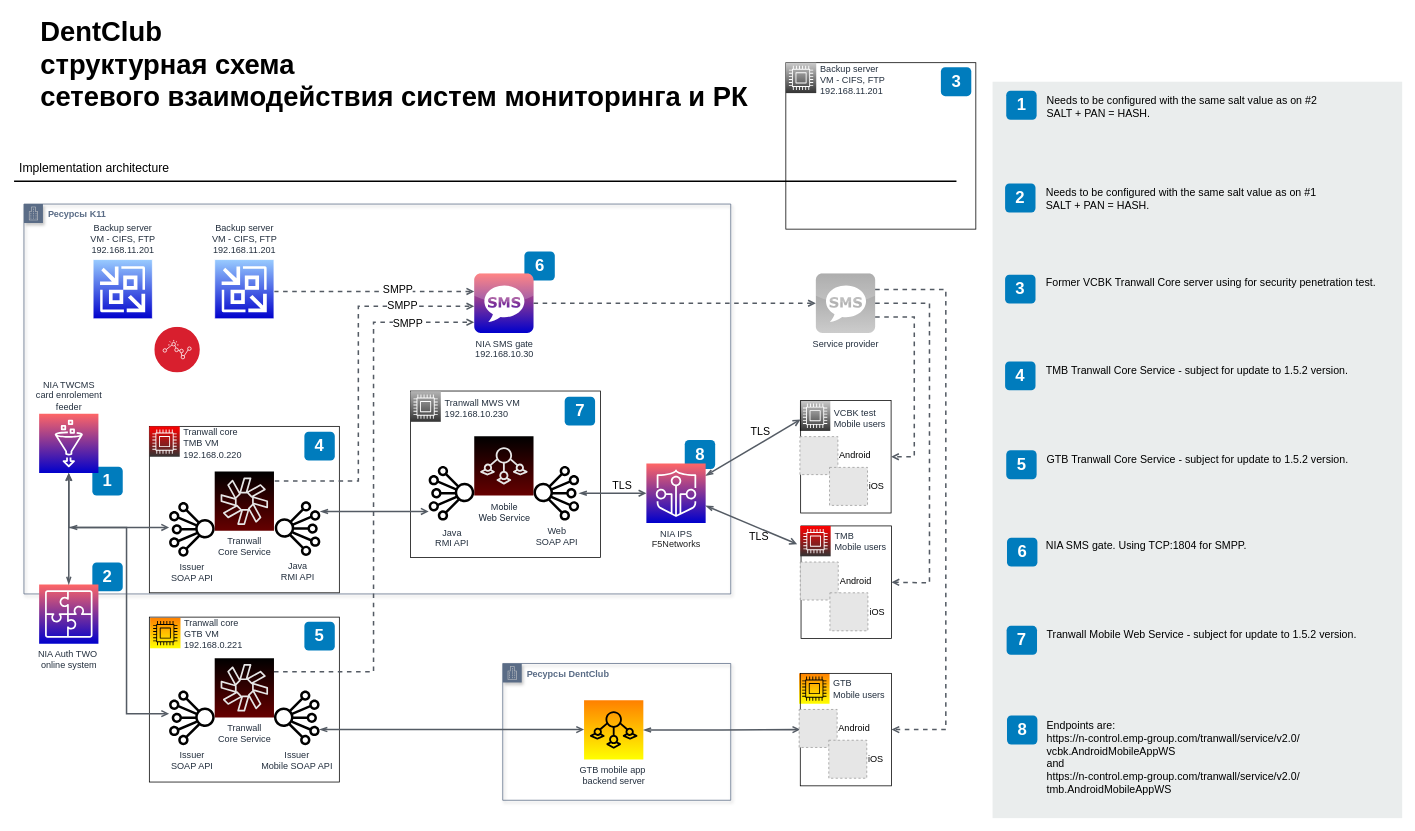
Above: DC - network concept.drawio in 7ak/7ak.github.io (draw.io), before the change. Source tidied: cells renumbered, new cells numbered last; positions are measured from the earlier drawing's top-left corner, leaving out a move shared by most shapes. Both pictures are drawn from the tidied source at 76%, with x=0, y=0 at pixel (14, 13). Pictures stored in the file or linked from it are replaced by grey dashed boxes.
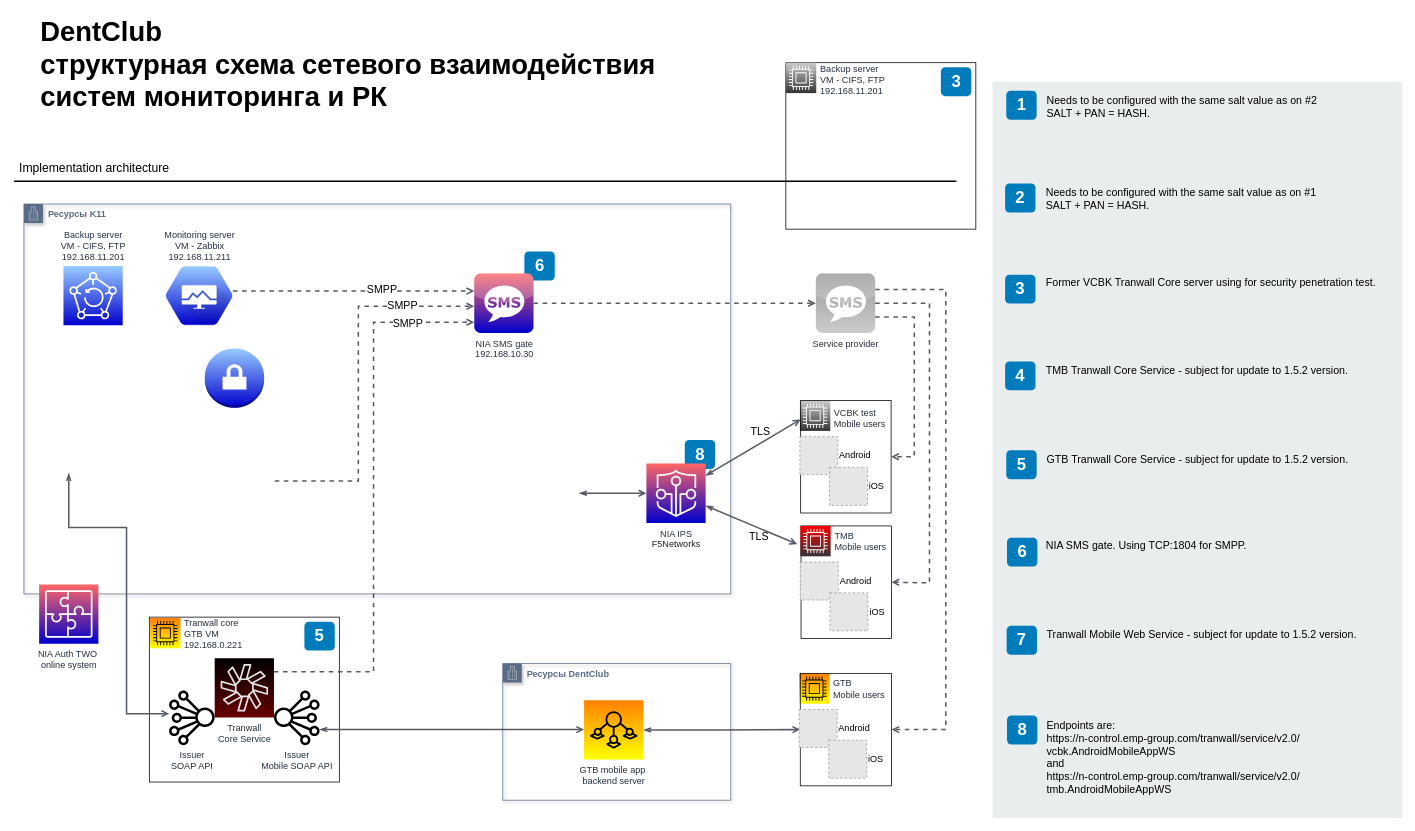
Above is the later version.

The change refers to these unchanged cells:
```xml
<mxCell id="38" value="NIA Auth TWO&amp;nbsp;&lt;br&gt;online system" style="outlineConnect=0;fontColor=#232F3E;gradientColor=#FF6666;gradientDirection=north;fillColor=#0000CC;strokeColor=#ffffff;dashed=0;verticalLabelPosition=bottom;verticalAlign=top;align=center;html=1;fontSize=12;fontStyle=0;shape=mxgraph.aws4.resourceIcon;resIcon=mxgraph.aws4.application_integration;" parent="1" vertex="1">
  <mxGeometry x="33" y="751.5" width="78" height="78" as="geometry" />
</mxCell>
<mxCell id="39" value="Issuer&lt;br&gt;SOAP API" style="outlineConnect=0;fontColor=#232F3E;gradientColor=none;fillColor=#000000;strokeColor=none;dashed=0;verticalLabelPosition=bottom;verticalAlign=top;align=center;html=1;fontSize=12;fontStyle=0;shape=mxgraph.aws4.iot_analytics_channel;" parent="1" vertex="1">
  <mxGeometry x="204" y="891" width="60" height="72" as="geometry" />
</mxCell>
<mxCell id="51" value="NIA SMS gate&lt;br&gt;192.168.10.30" style="dashed=0;outlineConnect=0;html=1;align=center;labelPosition=center;verticalLabelPosition=bottom;verticalAlign=top;shape=mxgraph.webicons.sms;fillColor=#0000CC;gradientColor=#FF6666;strokeColor=#ffffff;fontColor=#232F3E;fontStyle=0;gradientDirection=north;" parent="1" vertex="1">
  <mxGeometry x="605.5" y="342.5" width="78" height="78" as="geometry" />
</mxCell>
<mxCell id="90" value="NIA IPS&lt;br style=&quot;font-size: 12px&quot;&gt;&lt;span style=&quot;color: rgb(34 , 34 , 34) ; font-family: &amp;#34;arial&amp;#34; , sans-serif ; font-size: 12px ; text-align: left ; white-space: normal ; background-color: rgb(255 , 255 , 255)&quot;&gt;F5Networks&lt;/span&gt;" style="outlineConnect=0;fontColor=#232F3E;gradientColor=#FF6666;gradientDirection=north;fillColor=#0000CC;strokeColor=#ffffff;dashed=0;verticalLabelPosition=bottom;verticalAlign=top;align=center;html=1;fontSize=12;fontStyle=0;shape=mxgraph.aws4.resourceIcon;resIcon=mxgraph.aws4.iot_device_defender;labelBackgroundColor=none;" parent="1" vertex="1">
  <mxGeometry x="832" y="592.5" width="78" height="78" as="geometry" />
</mxCell>
```

The edit, as a diff of the source:
```diff
@@
-    <mxCell id="5" value="1" style="rounded=1;whiteSpace=wrap;html=1;fillColor=#007CBD;strokeColor=none;fontColor=#FFFFFF;fontStyle=1;fontSize=22;" parent="1" vertex="1">
-      <mxGeometry x="103" y="596.5" width="40" height="38" as="geometry" />
-    </mxCell>
@@
-    <mxCell id="7" style="whiteSpace=wrap;html=1;dashed=0;fontColor=#AAB7B8;fontStyle=0;align=left;verticalAlign=top;strokeColor=#000000;fillColor=none;gradientColor=none;spacingLeft=30;" parent="1" vertex="1">
-      <mxGeometry x="521.5" y="497" width="250" height="219" as="geometry" />
-    </mxCell>
-    <mxCell id="8" style="whiteSpace=wrap;html=1;dashed=0;fontColor=#AAB7B8;fontStyle=0;align=left;verticalAlign=top;strokeColor=#000000;fillColor=none;gradientColor=none;spacingLeft=30;" parent="1" vertex="1">
-      <mxGeometry x="178" y="543.5" width="250" height="219" as="geometry" />
-    </mxCell>
@@
-    <mxCell id="12" value="Tranwall core&lt;span style=&quot;text-align: left&quot;&gt;&lt;br&gt;TMB VM&lt;br&gt;192.168.0.220&lt;br&gt;&lt;/span&gt;" style="fontColor=#232F3E;gradientColor=#FF0000;gradientDirection=north;fillColor=#333333;strokeColor=#ffffff;dashed=0;verticalLabelPosition=middle;verticalAlign=middle;align=left;html=1;fontSize=12;fontStyle=0;shape=mxgraph.aws4.resourceIcon;resIcon=mxgraph.aws4.compute;labelPosition=right;spacing=5;spacingBottom=-5;" parent="1" vertex="1">
-      <mxGeometry x="178" y="543.5" width="40" height="40" as="geometry" />
-    </mxCell>
-    <mxCell id="13" value="&lt;span style=&quot;text-align: left&quot;&gt;Tranwall MWS&amp;nbsp;&lt;/span&gt;&lt;span style=&quot;text-align: left&quot;&gt;VM&lt;br&gt;192.168.10.230&lt;br&gt;&lt;/span&gt;" style="fontColor=#232F3E;gradientColor=#B3B3B3;gradientDirection=north;fillColor=#333333;strokeColor=#ffffff;dashed=0;verticalLabelPosition=middle;verticalAlign=middle;align=left;html=1;fontSize=12;fontStyle=0;shape=mxgraph.aws4.resourceIcon;resIcon=mxgraph.aws4.compute;labelPosition=right;spacing=5;spacingBottom=-5;" parent="1" vertex="1">
-      <mxGeometry x="521.5" y="497.5" width="40" height="40" as="geometry" />
-    </mxCell>
@@
-    <mxCell id="15" style="edgeStyle=orthogonalEdgeStyle;rounded=0;jettySize=auto;html=1;strokeColor=#545B64;strokeWidth=2;endFill=0;endArrow=open;startArrow=openThin;startFill=0;" parent="1" edge="1" source="88" target="39">
+    <mxCell id="15" style="edgeStyle=orthogonalEdgeStyle;rounded=0;jettySize=auto;html=1;strokeColor=#545B64;strokeWidth=2;endFill=0;endArrow=open;startArrow=openThin;startFill=0;" parent="1" edge="1" target="39">
       <mxGeometry relative="1" as="geometry">
+        <mxPoint x="72" y="605" as="sourcePoint" />
         <Array as="points">
           <mxPoint x="148" y="676.5" />
           <mxPoint x="148" y="921.5" />
         </Array>
       </mxGeometry>
     </mxCell>
-    <mxCell id="16" value="DentClub&lt;br&gt;структурная схема &lt;br&gt;сетевого взаимодействия систем мониторинга и РК&lt;br&gt;&lt;div style=&quot;font-size: 36px&quot;&gt;&lt;/div&gt;" style="text;html=1;align=left;verticalAlign=top;spacingTop=-4;fontSize=36;fontStyle=1;" parent="1" vertex="1">
-      <mxGeometry x="33" width="960" height="130" as="geometry" />
+    <mxCell id="16" value="DentClub&lt;br&gt;структурная схема сетевого взаимодействия &lt;br&gt;систем мониторинга и РК&lt;br&gt;&lt;div style=&quot;font-size: 36px&quot;&gt;&lt;/div&gt;" style="text;html=1;align=left;verticalAlign=top;spacingTop=-4;fontSize=36;fontStyle=1;" parent="1" vertex="1">
+      <mxGeometry x="33" width="840" height="130" as="geometry" />
     </mxCell>
@@
-    <mxCell id="35" value="&lt;font style=&quot;font-size: 12px&quot;&gt;&lt;span&gt;M&lt;/span&gt;&lt;span style=&quot;font-family: &amp;#34;helvetica neue&amp;#34;&quot;&gt;obile &lt;br&gt;Web Service&lt;/span&gt;&lt;/font&gt;" style="fontColor=#232F3E;gradientColor=#000000;gradientDirection=north;fillColor=#660000;strokeColor=#E6E6E6;dashed=0;verticalLabelPosition=bottom;verticalAlign=top;align=center;html=1;fontSize=12;fontStyle=0;shape=mxgraph.aws4.resourceIcon;resIcon=mxgraph.aws4.iot_sitewise;shadow=0;spacing=2;" parent="1" vertex="1">
-      <mxGeometry x="605.5" y="556.5" width="78" height="78" as="geometry" />
-    </mxCell>
-    <mxCell id="36" value="2" style="rounded=1;whiteSpace=wrap;html=1;fillColor=#007CBD;strokeColor=none;fontColor=#FFFFFF;fontStyle=1;fontSize=22;" parent="1" vertex="1">
-      <mxGeometry x="103" y="722.5" width="40" height="38" as="geometry" />
-    </mxCell>
@@
-    <mxCell id="42" style="edgeStyle=orthogonalEdgeStyle;rounded=0;orthogonalLoop=1;jettySize=auto;html=1;strokeColor=#545B64;strokeWidth=2;endFill=0;endArrow=open;startArrow=openThin;startFill=0;" parent="1" edge="1">
-      <mxGeometry relative="1" as="geometry">
-        <mxPoint x="73" y="676.5" as="sourcePoint" />
-        <mxPoint x="204" y="676.5" as="targetPoint" />
-      </mxGeometry>
-    </mxCell>
-    <mxCell id="43" value="Issuer&lt;br&gt;SOAP API" style="fontColor=#232F3E;gradientColor=none;fillColor=#000000;strokeColor=none;dashed=0;verticalLabelPosition=bottom;verticalAlign=top;align=center;html=1;fontSize=12;fontStyle=0;shape=mxgraph.aws4.iot_analytics_channel;" parent="1" vertex="1">
-      <mxGeometry x="204" y="643" width="60" height="72" as="geometry" />
-    </mxCell>
-    <mxCell id="44" value="&lt;span style=&quot;text-align: left&quot;&gt;Tranwall&lt;br&gt;Core Service&lt;/span&gt;" style="fontColor=#232F3E;gradientColor=#000000;gradientDirection=north;fillColor=#660000;strokeColor=#E6E6E6;dashed=0;verticalLabelPosition=bottom;verticalAlign=top;align=center;html=1;fontSize=12;fontStyle=0;shape=mxgraph.aws4.resourceIcon;resIcon=mxgraph.aws4.chime;shadow=0;" parent="1" vertex="1">
-      <mxGeometry x="264" y="603" width="78" height="78" as="geometry" />
-    </mxCell>
-    <mxCell id="45" value="Java&lt;br&gt;RMI API" style="outlineConnect=0;fontColor=#232F3E;gradientColor=none;fillColor=#000000;strokeColor=none;dashed=0;verticalLabelPosition=bottom;verticalAlign=top;align=center;html=1;fontSize=12;fontStyle=0;shape=mxgraph.aws4.iot_analytics_channel;flipV=0;flipH=1;" parent="1" vertex="1">
-      <mxGeometry x="343" y="642" width="60" height="72" as="geometry" />
-    </mxCell>
-    <mxCell id="46" value="Java&lt;br&gt;RMI API" style="outlineConnect=0;fontColor=#232F3E;gradientColor=none;fillColor=#000000;strokeColor=none;dashed=0;verticalLabelPosition=bottom;verticalAlign=top;align=center;html=1;fontSize=12;fontStyle=0;shape=mxgraph.aws4.iot_analytics_channel;spacing=4;" parent="1" vertex="1">
-      <mxGeometry x="545.5" y="595.5" width="60" height="72" as="geometry" />
-    </mxCell>
-    <mxCell id="47" value="Web&lt;br&gt;SOAP API" style="outlineConnect=0;fontColor=#232F3E;gradientColor=none;fillColor=#000000;strokeColor=none;dashed=0;verticalLabelPosition=bottom;verticalAlign=top;align=center;html=1;fontSize=12;fontStyle=0;shape=mxgraph.aws4.iot_analytics_channel;flipV=0;flipH=1;" parent="1" vertex="1">
-      <mxGeometry x="683.5" y="595.5" width="60" height="72" as="geometry" />
-    </mxCell>
-    <mxCell id="48" style="edgeStyle=orthogonalEdgeStyle;rounded=0;jettySize=auto;html=1;strokeColor=#545B64;strokeWidth=2;endFill=0;endArrow=open;startArrow=openThin;startFill=0;" parent="1" edge="1" source="45" target="46">
-      <mxGeometry relative="1" as="geometry">
-        <Array as="points">
-          <mxPoint x="473" y="655.5" />
-          <mxPoint x="473" y="655.5" />
-        </Array>
-      </mxGeometry>
-    </mxCell>
@@
-    <mxCell id="52" style="edgeStyle=orthogonalEdgeStyle;rounded=0;jettySize=auto;html=1;strokeColor=#545B64;strokeWidth=2;endFill=0;endArrow=open;startArrow=none;startFill=0;dashed=1;" parent="1" edge="1" target="51">
+    <mxCell id="52" style="edgeStyle=orthogonalEdgeStyle;rounded=0;jettySize=auto;html=1;strokeColor=#545B64;strokeWidth=2;endFill=0;endArrow=open;startArrow=none;startFill=0;dashed=1;" parent="1" edge="1" source="97" target="51">
       <mxGeometry relative="1" as="geometry">
-        <mxPoint x="342" y="366" as="sourcePoint" />
         <Array as="points">
           <mxPoint x="473" y="365.5" />
           <mxPoint x="473" y="365.5" />
         </Array>
       </mxGeometry>
     </mxCell>
@@
-    <mxCell id="86" value="7" style="rounded=1;whiteSpace=wrap;html=1;fillColor=#007CBD;strokeColor=none;fontColor=#FFFFFF;fontStyle=1;fontSize=22;" parent="1" vertex="1">
-      <mxGeometry x="724.5" y="504.5" width="40" height="38" as="geometry" />
-    </mxCell>
-    <mxCell id="87" value="4" style="rounded=1;whiteSpace=wrap;html=1;fillColor=#007CBD;strokeColor=none;fontColor=#FFFFFF;fontStyle=1;fontSize=22;" parent="1" vertex="1">
-      <mxGeometry x="382" y="550.5" width="40" height="38" as="geometry" />
-    </mxCell>
-    <mxCell id="88" value="NIA TWCMS&lt;br&gt;card enrolement&lt;br&gt;feeder" style="outlineConnect=0;fontColor=#232F3E;gradientColor=#FF6666;gradientDirection=north;fillColor=#0000CC;strokeColor=#ffffff;dashed=0;verticalLabelPosition=top;verticalAlign=bottom;align=center;html=1;fontSize=12;fontStyle=0;shape=mxgraph.aws4.resourceIcon;resIcon=mxgraph.aws4.glue;labelPosition=center;" parent="1" vertex="1">
-      <mxGeometry x="33" y="527" width="78" height="78" as="geometry" />
-    </mxCell>
-    <mxCell id="89" style="edgeStyle=orthogonalEdgeStyle;rounded=0;jettySize=auto;html=1;strokeColor=#545B64;strokeWidth=2;endFill=0;endArrow=open;startArrow=openThin;startFill=0;" parent="1" edge="1" source="38" target="88">
-      <mxGeometry relative="1" as="geometry" />
-    </mxCell>
@@
-    <mxCell id="91" style="rounded=0;jettySize=auto;html=1;strokeColor=#545B64;strokeWidth=2;endFill=0;endArrow=open;startArrow=openThin;startFill=0;" parent="1" edge="1" source="47" target="90">
-      <mxGeometry relative="1" as="geometry" />
+    <mxCell id="91" style="rounded=0;jettySize=auto;html=1;strokeColor=#545B64;strokeWidth=2;endFill=0;endArrow=open;startArrow=openThin;startFill=0;" parent="1" edge="1" target="90">
+      <mxGeometry relative="1" as="geometry">
+        <mxPoint x="743.5" y="631.5" as="sourcePoint" />
+      </mxGeometry>
     </mxCell>
-    <mxCell id="92" value="TLS" style="text;html=1;align=center;verticalAlign=middle;labelBackgroundColor=none;fontSize=14;fontColor=#000000;" parent="91" vertex="1">
-      <mxGeometry x="0.15" y="2" relative="1" as="geometry">
-        <mxPoint x="5" y="-9" as="offset" />
-      </mxGeometry>
-    </mxCell>
@@
-    <mxCell id="94" value="&lt;span style=&quot;text-align: left&quot;&gt;Backup server&lt;br&gt;&lt;/span&gt;&lt;span style=&quot;text-align: left&quot;&gt;VM - CIFS, FTP&lt;/span&gt;&lt;span style=&quot;text-align: left&quot;&gt;&lt;br&gt;192.168.11.201&lt;/span&gt;" style="dashed=0;html=1;strokeColor=#ffffff;fillColor=#0000CC;labelPosition=center;verticalLabelPosition=top;verticalAlign=bottom;align=center;shape=mxgraph.veeam.backup_replication;fontColor=#232F3E;fontStyle=0;gradientColor=#99CCFF;gradientDirection=north;spacingBottom=0;spacingTop=0;spacing=5;" parent="1" vertex="1">
-      <mxGeometry x="104" y="324" width="78" height="78" as="geometry" />
-    </mxCell>
-    <mxCell id="95" value="&lt;span style=&quot;text-align: left&quot;&gt;Backup server&lt;br&gt;&lt;/span&gt;&lt;span style=&quot;text-align: left&quot;&gt;VM - CIFS, FTP&lt;/span&gt;&lt;span style=&quot;text-align: left&quot;&gt;&lt;br&gt;192.168.11.201&lt;/span&gt;" style="dashed=0;html=1;strokeColor=#ffffff;fillColor=#0000CC;labelPosition=center;verticalLabelPosition=top;verticalAlign=bottom;align=center;shape=mxgraph.veeam.backup_replication;fontColor=#232F3E;fontStyle=0;gradientColor=#99CCFF;gradientDirection=north;spacingBottom=0;spacingTop=0;spacing=5;" parent="1" vertex="1">
-      <mxGeometry x="264" y="324" width="78" height="78" as="geometry" />
-    </mxCell>
-    <mxCell id="96" style="perimeter=ellipsePerimeter;html=1;align=center;shadow=0;dashed=0;fontColor=#4277BB;labelBackgroundColor=#ffffff;fontSize=12;spacingTop=3;image;image=img/lib/ibm/security/security_monitoring_intelligence.svg;gradientColor=#99CCFF;" parent="1" vertex="1">
-      <mxGeometry x="185" y="413" width="60" height="60" as="geometry" />
-    </mxCell>
+    <mxCell id="97" value="Monitoring server&lt;br&gt;VM - Zabbix&lt;br&gt;192.168.11.211" style="shape=mxgraph.gcp.management_tools.monitoring;html=1;fillColor=#0000CC;gradientColor=#99CCFF;strokeColor=#ffffff;verticalLabelPosition=top;verticalAlign=bottom;align=center;dashed=0;fontColor=#232F3E;fontStyle=0;gradientDirection=north;spacing=5;spacingTop=0;spacingBottom=0;labelPosition=center;" parent="1" vertex="1">
+      <mxGeometry x="199" y="332.5" width="89" height="78" as="geometry" />
+    </mxCell>
+    <mxCell id="98" style="dashed=0;verticalLabelPosition=bottom;verticalAlign=bottom;align=center;html=1;shape=mxgraph.aws3.vpn_gateway;fillColor=#0000CC;gradientColor=#99CCFF;fontColor=#232F3E;fontStyle=0;strokeColor=#ffffff;gradientDirection=north;spacing=5;spacingTop=0;spacingBottom=0;" parent="1" vertex="1">
+      <mxGeometry x="251" y="441" width="78" height="78" as="geometry" />
+    </mxCell>
+    <mxCell id="99" value="&lt;span style=&quot;text-align: left&quot;&gt;Backup server&lt;br&gt;&lt;/span&gt;&lt;span style=&quot;text-align: left&quot;&gt;VM - CIFS, FTP&lt;/span&gt;&lt;span style=&quot;text-align: left&quot;&gt;&lt;br&gt;192.168.11.201&lt;/span&gt;" style="fontColor=#232F3E;gradientColor=#99CCFF;gradientDirection=north;fillColor=#0000CC;strokeColor=#ffffff;dashed=0;verticalLabelPosition=top;verticalAlign=bottom;align=center;html=1;fontSize=12;fontStyle=0;shape=mxgraph.aws4.resourceIcon;resIcon=mxgraph.aws4.backup;spacing=5;spacingTop=0;spacingBottom=0;labelPosition=center;labelBackgroundColor=none;" parent="1" vertex="1">
+      <mxGeometry x="65" y="332.5" width="78" height="78" as="geometry" />
+    </mxCell>
```
